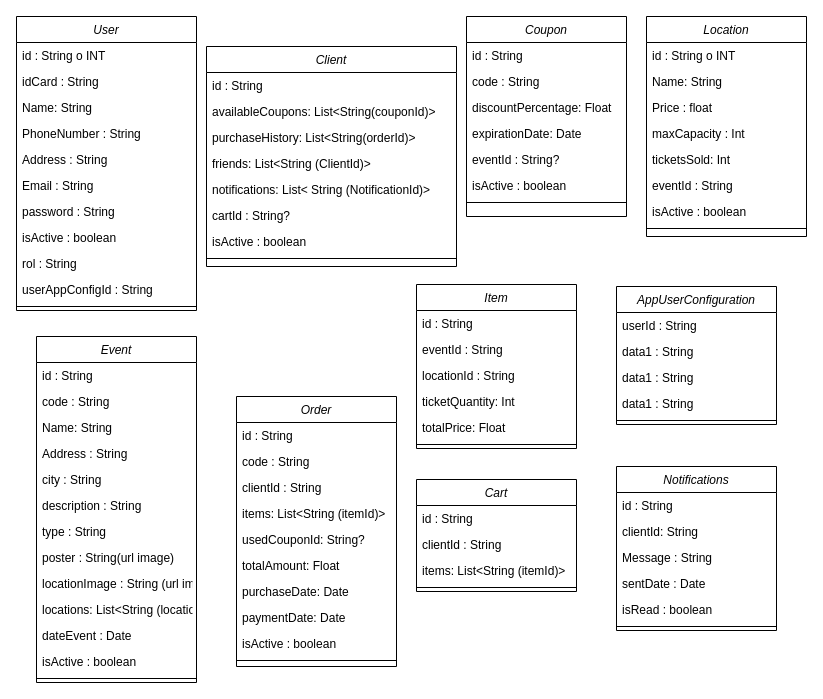
This is DiagramClassUnieventos.drawio from DavidPedrazaG/unieventos, a draw.io file, before an edit. Source tidied: cells renumbered, new cells numbered last; positions are measured from the earlier drawing's top-left corner, leaving out a move shared by most shapes. Both pictures are drawn from the tidied source at 100%, with x=0, y=0 at pixel (16, 16).
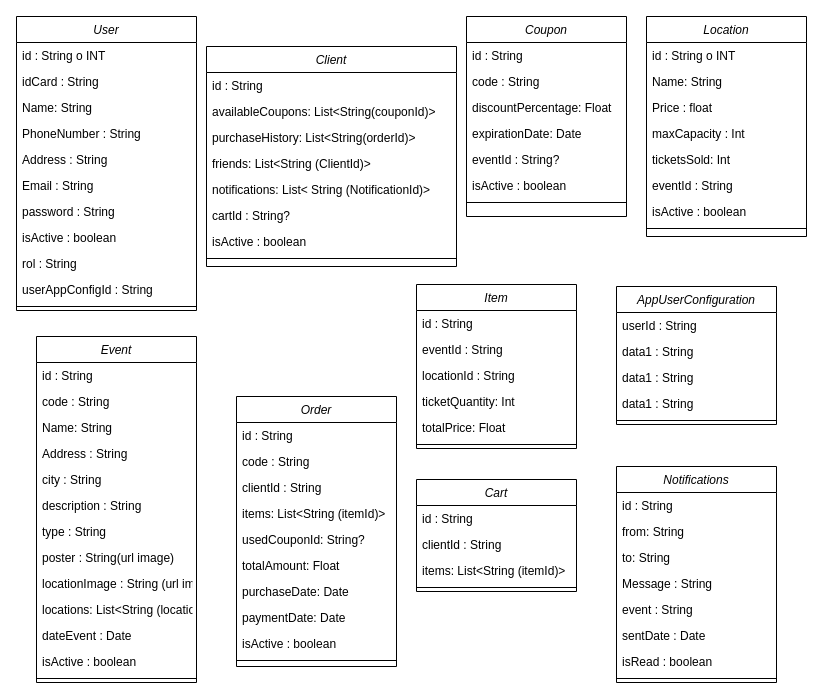
After the change.

Commit message (it also covers changes not shown here):
notification entity adjusment

The edit, as a diff of the source:
```diff
@@
     <mxCell id="77" value="Notifications" style="swimlane;fontStyle=2;align=center;verticalAlign=top;horizontal=1;startSize=26;rounded=0;shadow=0;strokeWidth=1;" parent="1" vertex="1">
-      <mxGeometry x="600" y="450" width="160" height="164" as="geometry" />
+      <mxGeometry x="600" y="450" width="160" height="216" as="geometry" />
     </mxCell>
@@
+    <mxCell id="90" value="from: String" style="text;align=left;verticalAlign=top;spacingLeft=4;spacingRight=4;overflow=hidden;" parent="77" vertex="1">
+      <mxGeometry y="52" width="160" height="26" as="geometry" />
+    </mxCell>
-    <mxCell id="79" value="clientId: String" style="text;align=left;verticalAlign=top;spacingLeft=4;spacingRight=4;overflow=hidden;" parent="77" vertex="1">
-      <mxGeometry y="52" width="160" height="26" as="geometry" />
+    <mxCell id="79" value="to: String" style="text;align=left;verticalAlign=top;spacingLeft=4;spacingRight=4;overflow=hidden;" parent="77" vertex="1">
+      <mxGeometry y="78" width="160" height="26" as="geometry" />
     </mxCell>
     <mxCell id="80" value="Message : String" style="text;align=left;verticalAlign=top;spacingLeft=4;spacingRight=4;overflow=hidden;" parent="77" vertex="1">
-      <mxGeometry y="78" width="160" height="26" as="geometry" />
+      <mxGeometry y="104" width="160" height="26" as="geometry" />
     </mxCell>
+    <mxCell id="91" value="event : String" style="text;align=left;verticalAlign=top;spacingLeft=4;spacingRight=4;overflow=hidden;" parent="77" vertex="1">
+      <mxGeometry y="130" width="160" height="26" as="geometry" />
+    </mxCell>
     <mxCell id="81" value="sentDate : Date" style="text;align=left;verticalAlign=top;spacingLeft=4;spacingRight=4;overflow=hidden;rounded=0;shadow=0;html=0;" parent="77" vertex="1">
-      <mxGeometry y="104" width="160" height="26" as="geometry" />
+      <mxGeometry y="156" width="160" height="26" as="geometry" />
     </mxCell>
     <mxCell id="82" value="isRead : boolean" style="text;align=left;verticalAlign=top;spacingLeft=4;spacingRight=4;overflow=hidden;rounded=0;shadow=0;html=0;" parent="77" vertex="1">
-      <mxGeometry y="130" width="160" height="26" as="geometry" />
+      <mxGeometry y="182" width="160" height="26" as="geometry" />
     </mxCell>
     <mxCell id="83" style="line;html=1;strokeWidth=1;align=left;verticalAlign=middle;spacingTop=-1;spacingLeft=3;spacingRight=3;labelPosition=right;" parent="77" vertex="1">
-      <mxGeometry y="156" width="160" height="8" as="geometry" />
+      <mxGeometry y="208" width="160" height="8" as="geometry" />
     </mxCell>
```
